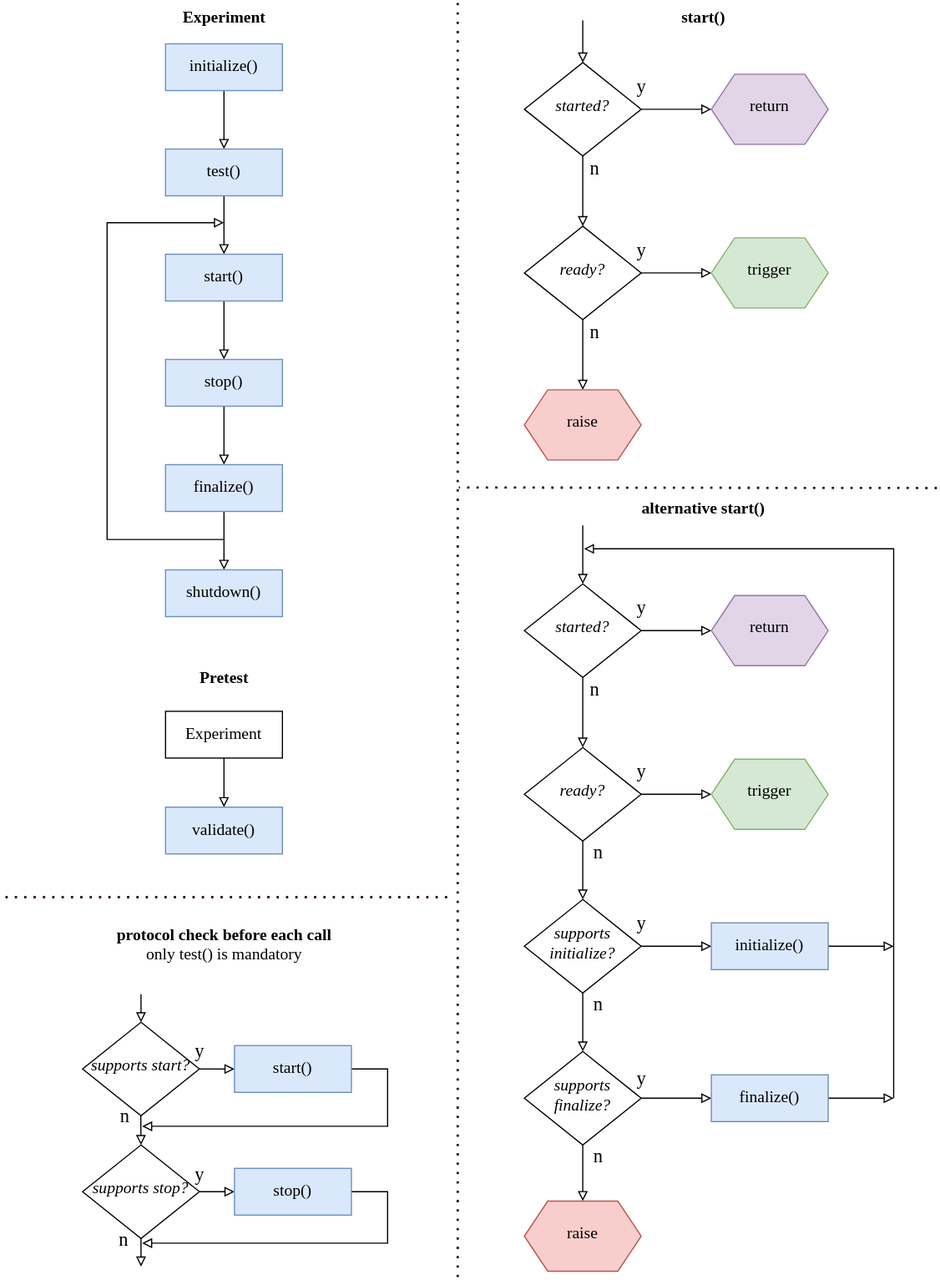
The draw.io diagram services.drawio.svg in AllenInstitute/np_workflows, before a commit. Source tidied: cells renumbered, new cells last; positions are measured from the earlier drawing's top-left corner, leaving out a move shared by most shapes.
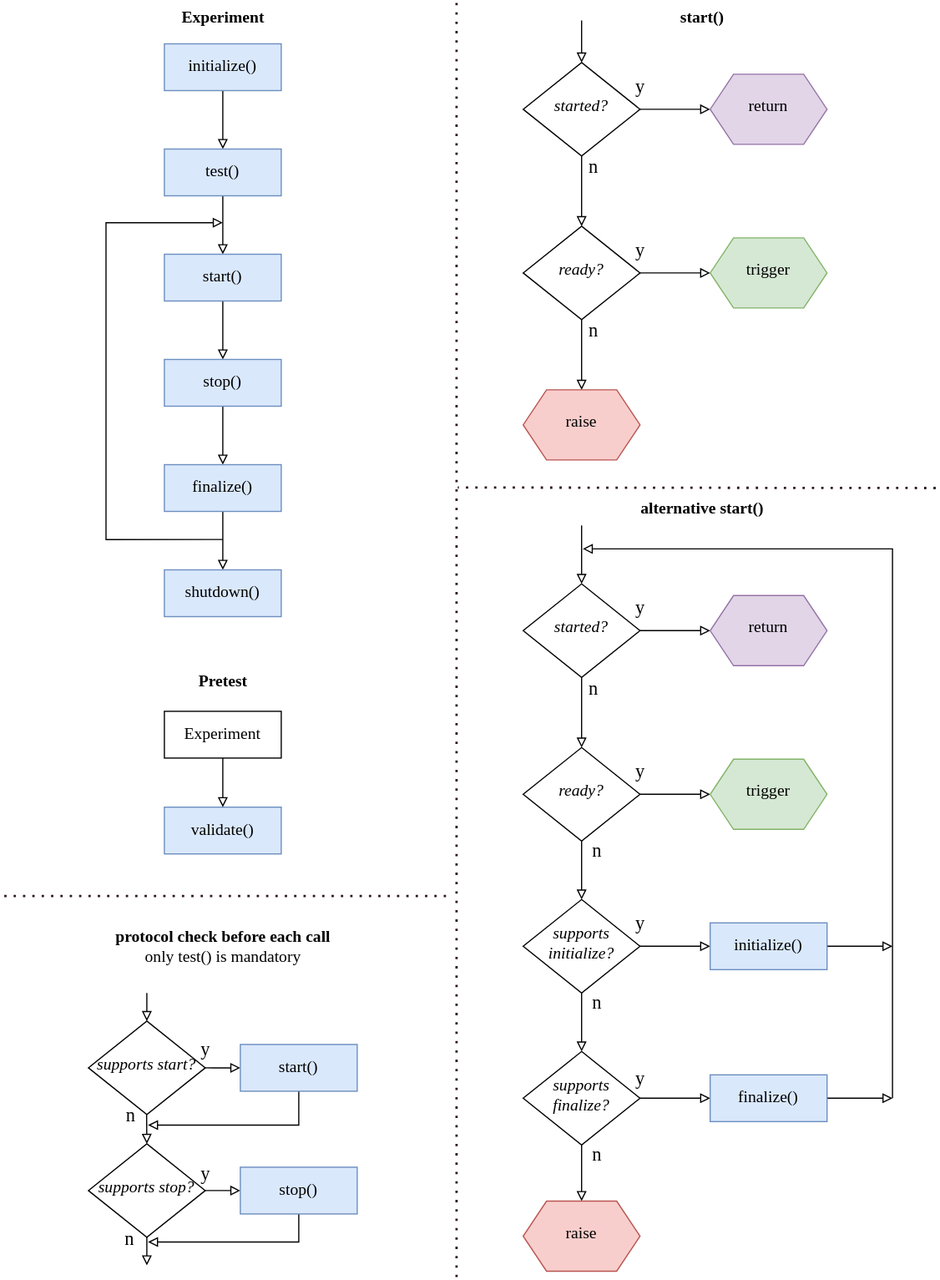
The same diagram one commit later.

What changed in the source:
```diff
@@ -4,12 +4,12 @@
     <mxCell id="1" parent="0" />
     <mxCell id="2" value="n" style="edgeStyle=orthogonalEdgeStyle;rounded=0;hachureGap=4;jettySize=auto;html=1;fontFamily=Verdana;fontSize=16;entryX=0.5;entryY=0;entryDx=0;entryDy=0;endArrow=block;endFill=0;" parent="1" edge="1" target="57">
       <mxGeometry x="-1" y="-14" relative="1" as="geometry">
-        <mxPoint x="118.8" y="954" as="sourcePoint" />
+        <mxPoint x="124.8" y="953" as="sourcePoint" />
       </mxGeometry>
     </mxCell>
     <mxCell id="3" value="n" style="edgeStyle=orthogonalEdgeStyle;rounded=0;hachureGap=4;jettySize=auto;html=1;fontFamily=Verdana;fontSize=16;exitX=0.5;exitY=1;exitDx=0;exitDy=0;endArrow=block;endFill=0;" parent="1" edge="1" source="57">
       <mxGeometry x="-0.92" y="-15" relative="1" as="geometry">
-        <mxPoint x="119" y="1083" as="targetPoint" />
+        <mxPoint x="125" y="1082" as="targetPoint" />
       </mxGeometry>
     </mxCell>
     <mxCell id="4" style="edgeStyle=orthogonalEdgeStyle;rounded=0;hachureGap=4;jettySize=auto;html=1;fontFamily=Verdana;fontSize=14;endArrow=block;endFill=0;exitX=0.5;exitY=1;exitDx=0;exitDy=0;" parent="1" edge="1" source="7" target="6">
@@ -62,7 +62,7 @@
       <mxGeometry x="140" y="690" width="100" height="40" as="geometry" />
     </mxCell>
     <mxCell id="18" value="Pretest" style="text;html=1;align=center;verticalAlign=middle;strokeColor=none;fillColor=none;fontSize=14;fontFamily=Verdana;hachureGap=4;fontStyle=1;" parent="1" vertex="1">
-      <mxGeometry x="150" y="565" width="80" height="30" as="geometry" />
+      <mxGeometry x="150" y="568" width="80" height="30" as="geometry" />
     </mxCell>
     <mxCell id="19" style="edgeStyle=orthogonalEdgeStyle;rounded=0;hachureGap=4;jettySize=auto;html=1;fontFamily=Verdana;fontSize=16;entryX=0.5;entryY=0;entryDx=0;entryDy=0;endArrow=block;endFill=0;" parent="1" edge="1" target="22">
       <mxGeometry relative="1" as="geometry">
@@ -183,56 +183,54 @@
     </mxCell>
     <mxCell id="51" style="endArrow=none;dashed=1;html=1;dashPattern=1 3;strokeWidth=2;hachureGap=4;strokeColor=#301818;fontFamily=Verdana;fontSize=18;spacing=2;rounded=0;" parent="1" edge="1">
       <mxGeometry relative="1" as="geometry">
-        <mxPoint x="381" y="767" as="sourcePoint" />
-        <mxPoint y="767" as="targetPoint" />
+        <mxPoint x="381" y="766" as="sourcePoint" />
+        <mxPoint y="766" as="targetPoint" />
       </mxGeometry>
     </mxCell>
     <mxCell id="52" style="edgeStyle=orthogonalEdgeStyle;rounded=0;hachureGap=4;jettySize=auto;html=1;fontFamily=Verdana;fontSize=16;entryX=0.5;entryY=0;entryDx=0;entryDy=0;endArrow=block;endFill=0;" parent="1" edge="1" target="53">
       <mxGeometry relative="1" as="geometry">
-        <mxPoint x="119" y="850" as="sourcePoint" />
+        <mxPoint x="125" y="849" as="sourcePoint" />
       </mxGeometry>
     </mxCell>
     <mxCell id="53" value="supports start?" style="rhombus;whiteSpace=wrap;html=1;shadow=0;fontFamily=Verdana;fontSize=14;align=center;strokeWidth=1;spacing=6;spacingTop=-4;rounded=0;fontStyle=2;" parent="1" vertex="1">
-      <mxGeometry x="69" y="874" width="100" height="80" as="geometry" />
+      <mxGeometry x="75" y="873" width="100" height="80" as="geometry" />
     </mxCell>
     <mxCell id="54" value="y" style="edgeStyle=orthogonalEdgeStyle;rounded=0;hachureGap=4;jettySize=auto;html=1;fontFamily=Verdana;fontSize=16;endArrow=block;endFill=0;entryX=0;entryY=0.5;entryDx=0;entryDy=0;" parent="1" edge="1" target="56">
       <mxGeometry x="-0.97" y="16" relative="1" as="geometry">
-        <mxPoint x="169" y="914" as="sourcePoint" />
+        <mxPoint x="175" y="913" as="sourcePoint" />
         <Array as="points">
-          <mxPoint x="180" y="914" />
-          <mxPoint x="180" y="914" />
+          <mxPoint x="186" y="913" />
+          <mxPoint x="186" y="913" />
         </Array>
       </mxGeometry>
     </mxCell>
-    <mxCell id="55" style="edgeStyle=orthogonalEdgeStyle;rounded=0;hachureGap=4;jettySize=auto;html=1;exitX=1;exitY=0.5;exitDx=0;exitDy=0;fontFamily=Verdana;fontSize=16;endArrow=block;endFill=0;" parent="1" edge="1" source="56">
+    <mxCell id="55" style="edgeStyle=orthogonalEdgeStyle;rounded=0;hachureGap=4;jettySize=auto;html=1;exitX=0.5;exitY=1;exitDx=0;exitDy=0;fontFamily=Verdana;fontSize=16;endArrow=block;endFill=0;" parent="1" edge="1" source="56">
       <mxGeometry relative="1" as="geometry">
-        <mxPoint x="120" y="963" as="targetPoint" />
+        <mxPoint x="126" y="962" as="targetPoint" />
         <Array as="points">
-          <mxPoint x="330" y="914" />
-          <mxPoint x="330" y="963" />
+          <mxPoint x="255" y="962" />
         </Array>
       </mxGeometry>
     </mxCell>
     <mxCell id="56" value="start()" style="rounded=0;whiteSpace=wrap;html=1;fontSize=14;glass=0;strokeWidth=1;shadow=0;fillColor=#dae8fc;strokeColor=#6c8ebf;fontFamily=Verdana;" parent="1" vertex="1">
-      <mxGeometry x="199" y="894" width="100" height="40" as="geometry" />
+      <mxGeometry x="205" y="893" width="100" height="40" as="geometry" />
     </mxCell>
     <mxCell id="57" value="supports stop?" style="rhombus;whiteSpace=wrap;html=1;shadow=0;fontFamily=Verdana;fontSize=14;align=center;strokeWidth=1;spacing=6;spacingTop=-4;rounded=0;fontStyle=2;" parent="1" vertex="1">
-      <mxGeometry x="69" y="979" width="100" height="80" as="geometry" />
+      <mxGeometry x="75" y="978" width="100" height="80" as="geometry" />
     </mxCell>
     <mxCell id="58" value="y" style="edgeStyle=orthogonalEdgeStyle;rounded=0;hachureGap=4;jettySize=auto;html=1;strokeColor=default;fontFamily=Verdana;fontSize=16;exitX=1;exitY=0.5;exitDx=0;exitDy=0;endArrow=block;endFill=0;" parent="1" edge="1" source="57" target="60">
       <mxGeometry x="-1" y="15" relative="1" as="geometry" />
     </mxCell>
-    <mxCell id="59" style="edgeStyle=orthogonalEdgeStyle;rounded=0;hachureGap=4;jettySize=auto;html=1;exitX=1;exitY=0.5;exitDx=0;exitDy=0;fontFamily=Verdana;fontSize=16;endArrow=block;endFill=0;" parent="1" edge="1" source="60">
+    <mxCell id="59" style="edgeStyle=orthogonalEdgeStyle;rounded=0;hachureGap=4;jettySize=auto;html=1;exitX=0.5;exitY=1;exitDx=0;exitDy=0;fontFamily=Verdana;fontSize=16;endArrow=block;endFill=0;" parent="1" edge="1" source="60">
       <mxGeometry relative="1" as="geometry">
-        <mxPoint x="120" y="1063" as="targetPoint" />
+        <mxPoint x="126" y="1062" as="targetPoint" />
         <Array as="points">
-          <mxPoint x="330" y="1019" />
-          <mxPoint x="330" y="1063" />
+          <mxPoint x="255" y="1062" />
         </Array>
       </mxGeometry>
     </mxCell>
     <mxCell id="60" value="stop()" style="rounded=0;whiteSpace=wrap;html=1;fontSize=14;glass=0;strokeWidth=1;shadow=0;fillColor=#dae8fc;strokeColor=#6c8ebf;fontFamily=Verdana;" parent="1" vertex="1">
-      <mxGeometry x="199" y="999" width="100" height="40" as="geometry" />
+      <mxGeometry x="205" y="998" width="100" height="40" as="geometry" />
     </mxCell>
     <mxCell id="61" style="edgeStyle=orthogonalEdgeStyle;rounded=0;hachureGap=4;jettySize=auto;html=1;fontFamily=Verdana;fontSize=16;endArrow=block;endFill=0;" parent="1" edge="1" target="32">
       <mxGeometry relative="1" as="geometry">
@@ -243,7 +241,7 @@
       <mxGeometry x="560" width="80" height="30" as="geometry" />
     </mxCell>
     <mxCell id="63" value="protocol check before each call&lt;br&gt;&lt;span style=&quot;font-weight: 400;&quot;&gt;only test() is mandatory&lt;/span&gt;" style="text;html=1;align=center;verticalAlign=middle;strokeColor=none;fillColor=none;fontSize=14;fontFamily=Verdana;hachureGap=4;fontStyle=1;" parent="1" vertex="1">
-      <mxGeometry x="55" y="783" width="270" height="50" as="geometry" />
+      <mxGeometry x="55" y="785" width="270" height="50" as="geometry" />
     </mxCell>
     <mxCell id="64" value="return" style="shape=hexagon;perimeter=hexagonPerimeter2;whiteSpace=wrap;html=1;fixedSize=1;shadow=0;strokeWidth=1;spacing=6;spacingTop=-4;rounded=0;hachureGap=4;fontFamily=Verdana;fontSize=14;fillColor=#e1d5e7;strokeColor=#9673a6;fontStyle=0;" parent="1" vertex="1">
       <mxGeometry x="607" y="63" width="100" height="60" as="geometry" />
```
